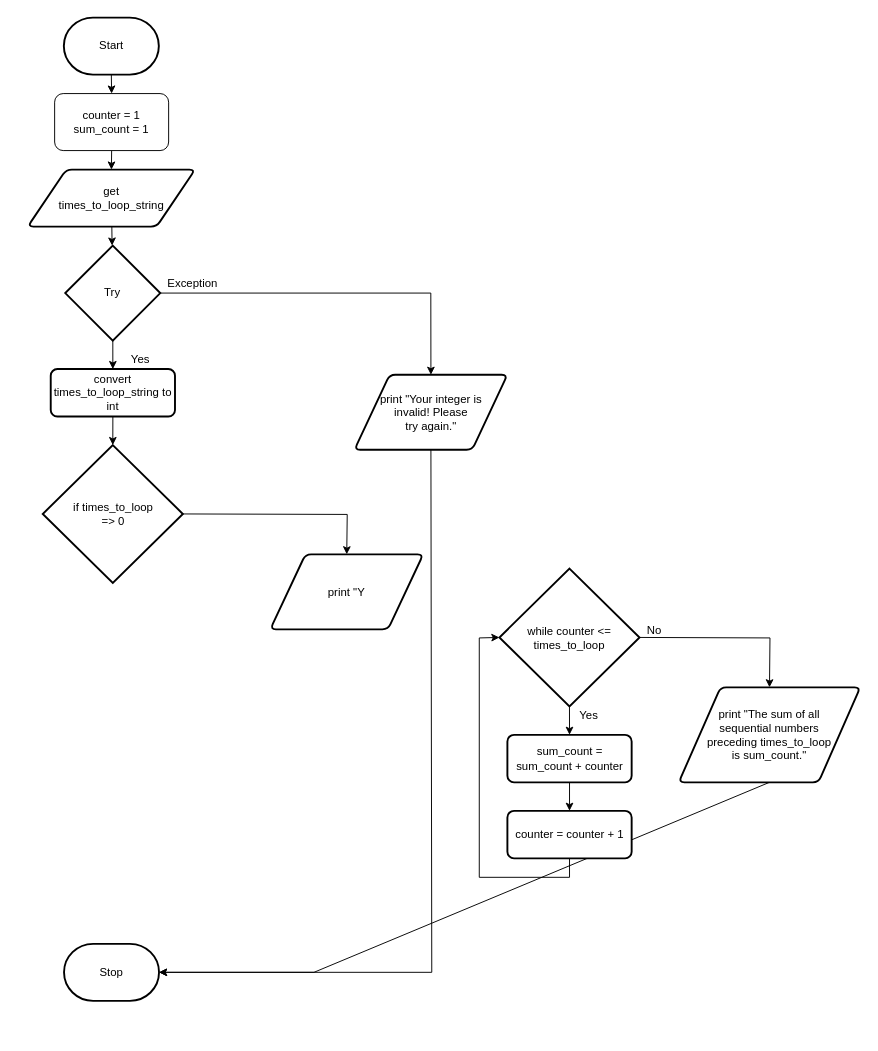
Aidan-Lalonde-Novales/ICS3U-Unit4-02-Python keeps this draw.io diagram as drawio/flowchart/flowchart.drawio. Above is the earlier version. Source tidied: cells renumbered, new cells numbered last; positions are measured from the earlier drawing's top-left corner, leaving out a move shared by most shapes. Both pictures are drawn from the tidied source at 95%, with x=0, y=0 at pixel (28, 17).
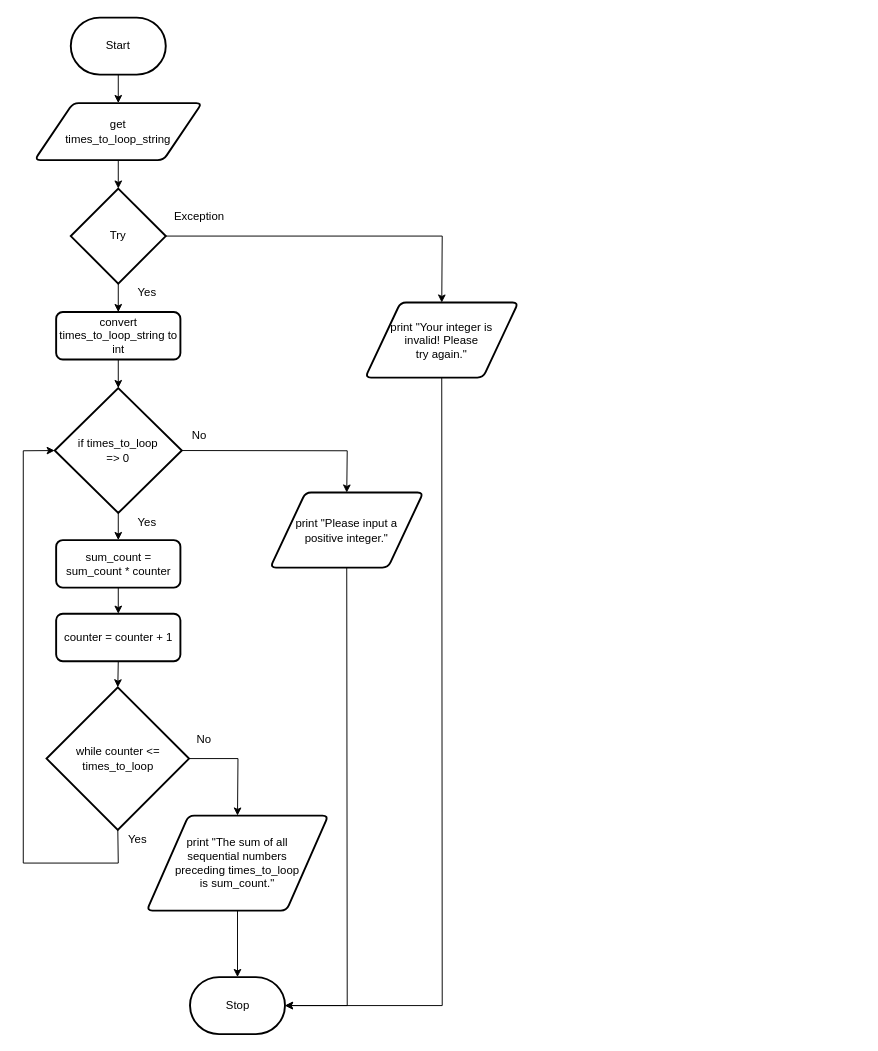
The same diagram, later.

Commit message (it also covers changes not shown here):
acetylene torch

Diff of the diagram source:
```diff
@@
-    <mxCell id="2" style="edgeStyle=none;rounded=0;html=1;exitX=0.5;exitY=1;exitDx=0;exitDy=0;exitPerimeter=0;entryX=0.5;entryY=0;entryDx=0;entryDy=0;" parent="1" edge="1" source="3" target="28">
+    <mxCell id="2" style="edgeStyle=none;rounded=0;html=1;exitX=0.5;exitY=1;exitDx=0;exitDy=0;exitPerimeter=0;entryX=0.5;entryY=0;entryDx=0;entryDy=0;" parent="1" edge="1" source="3" target="5">
       <mxGeometry relative="1" as="geometry" />
     </mxCell>
     <mxCell id="3" value="Start" style="strokeWidth=2;html=1;shape=mxgraph.flowchart.terminator;whiteSpace=wrap;" parent="1" vertex="1">
-      <mxGeometry x="37.7" width="100" height="60" as="geometry" />
+      <mxGeometry x="45" width="100" height="60" as="geometry" />
     </mxCell>
@@
     <mxCell id="5" value="get&lt;br&gt;times_to_loop_string" style="shape=parallelogram;html=1;strokeWidth=2;perimeter=parallelogramPerimeter;whiteSpace=wrap;rounded=1;arcSize=12;size=0.23;" parent="1" vertex="1">
-      <mxGeometry x="-0.3" y="160" width="176.2" height="60" as="geometry" />
+      <mxGeometry x="6.9" y="90" width="176.2" height="60" as="geometry" />
     </mxCell>
     <mxCell id="6" value="Stop" style="strokeWidth=2;html=1;shape=mxgraph.flowchart.terminator;whiteSpace=wrap;" parent="1" vertex="1">
-      <mxGeometry x="37.9" y="975" width="100" height="60" as="geometry" />
+      <mxGeometry x="170.5" y="1010" width="100" height="60" as="geometry" />
     </mxCell>
+    <mxCell id="32" style="edgeStyle=none;html=1;exitX=0.5;exitY=1;exitDx=0;exitDy=0;exitPerimeter=0;entryX=0;entryY=0.5;entryDx=0;entryDy=0;entryPerimeter=0;rounded=0;" parent="1" edge="1" source="9" target="30">
+      <mxGeometry relative="1" as="geometry">
+        <Array as="points">
+          <mxPoint x="95" y="890" />
+          <mxPoint x="-5" y="890" />
+          <mxPoint x="-5" y="456" />
+        </Array>
+      </mxGeometry>
+    </mxCell>
     <mxCell id="7" style="edgeStyle=none;rounded=0;html=1;exitX=1;exitY=0.5;exitDx=0;exitDy=0;exitPerimeter=0;entryX=0.5;entryY=0;entryDx=0;entryDy=0;" parent="1" edge="1" source="9" target="20">
       <mxGeometry relative="1" as="geometry">
         <Array as="points">
-          <mxPoint x="781" y="653" />
+          <mxPoint x="221" y="780" />
         </Array>
       </mxGeometry>
     </mxCell>
-    <mxCell id="8" style="edgeStyle=none;html=1;exitX=0.5;exitY=1;exitDx=0;exitDy=0;exitPerimeter=0;entryX=0.5;entryY=0;entryDx=0;entryDy=0;" parent="1" edge="1" source="9" target="24">
-      <mxGeometry relative="1" as="geometry" />
-    </mxCell>
     <mxCell id="9" value="while counter &amp;lt;= times_to_loop" style="strokeWidth=2;html=1;shape=mxgraph.flowchart.decision;whiteSpace=wrap;" parent="1" vertex="1">
-      <mxGeometry x="496.2" y="580" width="147.5" height="145" as="geometry" />
+      <mxGeometry x="19.5" y="705" width="150" height="150" as="geometry" />
     </mxCell>
     <mxCell id="10" style="edgeStyle=none;html=1;exitX=0.5;exitY=1;exitDx=0;exitDy=0;entryX=1;entryY=0.5;entryDx=0;entryDy=0;entryPerimeter=0;rounded=0;" parent="1" edge="1" source="11" target="6">
       <mxGeometry relative="1" as="geometry">
         <Array as="points">
-          <mxPoint x="425" y="1005" />
+          <mxPoint x="436" y="1040" />
         </Array>
       </mxGeometry>
     </mxCell>
     <mxCell id="11" value="print &quot;Your integer is&lt;br&gt;invalid! Please &lt;br&gt;try again.&quot;" style="shape=parallelogram;html=1;strokeWidth=2;perimeter=parallelogramPerimeter;whiteSpace=wrap;rounded=1;arcSize=12;size=0.23;" parent="1" vertex="1">
-      <mxGeometry x="343.6" y="376" width="161" height="79" as="geometry" />
+      <mxGeometry x="355" y="300" width="161" height="79" as="geometry" />
     </mxCell>
     <mxCell id="12" style="edgeStyle=none;html=1;entryX=0.5;entryY=0;entryDx=0;entryDy=0;rounded=0;" parent="1" edge="1" source="14" target="11">
       <mxGeometry relative="1" as="geometry">
         <Array as="points">
-          <mxPoint x="424" y="290" />
+          <mxPoint x="436" y="230" />
         </Array>
       </mxGeometry>
     </mxCell>
@@
     <mxCell id="14" value="Try" style="strokeWidth=2;html=1;shape=mxgraph.flowchart.decision;whiteSpace=wrap;" parent="1" vertex="1">
-      <mxGeometry x="39.2" y="240" width="100" height="100" as="geometry" />
+      <mxGeometry x="45" y="180" width="100" height="100" as="geometry" />
     </mxCell>
     <mxCell id="15" value="Yes&lt;br&gt;" style="text;html=1;align=center;verticalAlign=middle;strokeColor=none;fillColor=none;" parent="1" vertex="1">
-      <mxGeometry x="570.2" y="725" width="40" height="20" as="geometry" />
+      <mxGeometry x="105" y="521.5" width="40" height="20" as="geometry" />
     </mxCell>
     <mxCell id="16" value="Exception" style="text;html=1;align=center;verticalAlign=middle;strokeColor=none;fillColor=none;" parent="1" vertex="1">
-      <mxGeometry x="137.9" y="270" width="70" height="20" as="geometry" />
+      <mxGeometry x="145" y="200" width="70" height="20" as="geometry" />
     </mxCell>
@@
     <mxCell id="18" value="&lt;span&gt;convert times_to_loop_string to int&lt;/span&gt;" style="rounded=1;whiteSpace=wrap;html=1;absoluteArcSize=1;arcSize=14;strokeWidth=2;" parent="1" vertex="1">
-      <mxGeometry x="23.9" y="370" width="130.8" height="50" as="geometry" />
+      <mxGeometry x="29.6" y="310" width="130.8" height="50" as="geometry" />
     </mxCell>
-    <mxCell id="19" style="edgeStyle=none;rounded=0;html=1;exitX=0.5;exitY=1;exitDx=0;exitDy=0;entryX=1;entryY=0.5;entryDx=0;entryDy=0;entryPerimeter=0;" parent="1" edge="1" source="20" target="6">
-      <mxGeometry relative="1" as="geometry">
-        <Array as="points">
-          <mxPoint x="301" y="1005" />
-        </Array>
-      </mxGeometry>
+    <mxCell id="19" style="edgeStyle=none;rounded=0;html=1;exitX=0.5;exitY=1;exitDx=0;exitDy=0;entryX=0.5;entryY=0;entryDx=0;entryDy=0;entryPerimeter=0;" parent="1" edge="1" source="20" target="6">
+      <mxGeometry relative="1" as="geometry" />
     </mxCell>
     <mxCell id="20" value="print &quot;The sum of all &lt;br&gt;sequential numbers &lt;br&gt;preceding times_to_loop&lt;br&gt;is sum_count.&quot;" style="shape=parallelogram;html=1;strokeWidth=2;perimeter=parallelogramPerimeter;whiteSpace=wrap;rounded=1;arcSize=12;size=0.23;" parent="1" vertex="1">
-      <mxGeometry x="685" y="705" width="191" height="100" as="geometry" />
+      <mxGeometry x="125" y="840" width="191" height="100" as="geometry" />
     </mxCell>
     <mxCell id="21" value="No" style="text;html=1;align=center;verticalAlign=middle;strokeColor=none;fillColor=none;" parent="1" vertex="1">
-      <mxGeometry x="643.8" y="635" width="30" height="20" as="geometry" />
+      <mxGeometry x="165" y="430" width="30" height="20" as="geometry" />
     </mxCell>
     <mxCell id="22" value="Yes&lt;br&gt;" style="text;html=1;align=center;verticalAlign=middle;strokeColor=none;fillColor=none;" parent="1" vertex="1">
-      <mxGeometry x="97.7" y="350" width="40" height="20" as="geometry" />
+      <mxGeometry x="105" y="280" width="40" height="20" as="geometry" />
     </mxCell>
@@
-    <mxCell id="24" value="sum_count = sum_count + counter" style="rounded=1;whiteSpace=wrap;html=1;absoluteArcSize=1;arcSize=14;strokeWidth=2;" parent="1" vertex="1">
-      <mxGeometry x="504.6" y="755" width="130.8" height="50" as="geometry" />
+    <mxCell id="24" value="sum_count = sum_count * counter" style="rounded=1;whiteSpace=wrap;html=1;absoluteArcSize=1;arcSize=14;strokeWidth=2;" parent="1" vertex="1">
+      <mxGeometry x="29.6" y="550" width="130.8" height="50" as="geometry" />
     </mxCell>
-    <mxCell id="25" style="edgeStyle=none;html=1;exitX=0.5;exitY=1;exitDx=0;exitDy=0;entryX=0;entryY=0.5;entryDx=0;entryDy=0;entryPerimeter=0;rounded=0;" parent="1" edge="1" source="26" target="9">
-      <mxGeometry relative="1" as="geometry">
-        <Array as="points">
-          <mxPoint x="570" y="905" />
-          <mxPoint x="475" y="905" />
-          <mxPoint x="475" y="653" />
-        </Array>
-      </mxGeometry>
+    <mxCell id="25" style="edgeStyle=none;html=1;exitX=0.5;exitY=1;exitDx=0;exitDy=0;entryX=0.5;entryY=0;entryDx=0;entryDy=0;entryPerimeter=0;" parent="1" edge="1" source="26" target="9">
+      <mxGeometry relative="1" as="geometry" />
     </mxCell>
     <mxCell id="26" value="counter = counter + 1" style="rounded=1;whiteSpace=wrap;html=1;absoluteArcSize=1;arcSize=14;strokeWidth=2;" parent="1" vertex="1">
-      <mxGeometry x="504.6" y="835" width="130.8" height="50" as="geometry" />
+      <mxGeometry x="29.6" y="627.5" width="130.8" height="50" as="geometry" />
     </mxCell>
-    <mxCell id="27" style="edgeStyle=none;rounded=0;html=1;exitX=0.5;exitY=1;exitDx=0;exitDy=0;entryX=0.5;entryY=0;entryDx=0;entryDy=0;" parent="1" edge="1" source="28" target="5">
-      <mxGeometry relative="1" as="geometry" />
-    </mxCell>
-    <mxCell id="28" value="counter = 1&lt;br&gt;sum_count = 1" style="rounded=1;whiteSpace=wrap;html=1;" parent="1" vertex="1">
-      <mxGeometry x="28" y="80" width="120" height="60" as="geometry" />
-    </mxCell>
     <mxCell id="29" style="edgeStyle=none;rounded=0;html=1;exitX=1;exitY=0.5;exitDx=0;exitDy=0;exitPerimeter=0;entryX=0.5;entryY=0;entryDx=0;entryDy=0;" parent="1" edge="1" source="30" target="31">
       <mxGeometry relative="1" as="geometry">
         <Array as="points">
-          <mxPoint x="336" y="523" />
+          <mxPoint x="336" y="456" />
         </Array>
       </mxGeometry>
     </mxCell>
+    <mxCell id="33" style="edgeStyle=none;html=1;exitX=0.5;exitY=1;exitDx=0;exitDy=0;exitPerimeter=0;entryX=0.5;entryY=0;entryDx=0;entryDy=0;" parent="1" edge="1" source="30" target="24">
+      <mxGeometry relative="1" as="geometry" />
+    </mxCell>
     <mxCell id="30" value="if times_to_loop&lt;br&gt;=&amp;gt; 0" style="strokeWidth=2;html=1;shape=mxgraph.flowchart.decision;whiteSpace=wrap;" parent="1" vertex="1">
-      <mxGeometry x="15.5" y="450" width="147.5" height="145" as="geometry" />
+      <mxGeometry x="28.1" y="390" width="133.8" height="131.5" as="geometry" />
     </mxCell>
+    <mxCell id="34" style="edgeStyle=none;rounded=0;html=1;exitX=0.5;exitY=1;exitDx=0;exitDy=0;entryX=1;entryY=0.5;entryDx=0;entryDy=0;entryPerimeter=0;" parent="1" edge="1" source="31" target="6">
+      <mxGeometry relative="1" as="geometry">
+        <Array as="points">
+          <mxPoint x="336" y="1040" />
+        </Array>
+      </mxGeometry>
+    </mxCell>
-    <mxCell id="31" value="print &quot;Y" style="shape=parallelogram;html=1;strokeWidth=2;perimeter=parallelogramPerimeter;whiteSpace=wrap;rounded=1;arcSize=12;size=0.23;" parent="1" vertex="1">
-      <mxGeometry x="255" y="565" width="161" height="79" as="geometry" />
+    <mxCell id="31" value="print &quot;Please input a &lt;br&gt;positive integer.&quot;" style="shape=parallelogram;html=1;strokeWidth=2;perimeter=parallelogramPerimeter;whiteSpace=wrap;rounded=1;arcSize=12;size=0.23;" parent="1" vertex="1">
+      <mxGeometry x="255" y="500" width="161" height="79" as="geometry" />
     </mxCell>
+    <mxCell id="35" value="No" style="text;html=1;align=center;verticalAlign=middle;strokeColor=none;fillColor=none;" parent="1" vertex="1">
+      <mxGeometry x="169.5" y="750" width="30" height="20" as="geometry" />
+    </mxCell>
+    <mxCell id="36" value="Yes&lt;br&gt;" style="text;html=1;align=center;verticalAlign=middle;strokeColor=none;fillColor=none;" parent="1" vertex="1">
+      <mxGeometry x="95" y="855" width="40" height="20" as="geometry" />
+    </mxCell>
```
